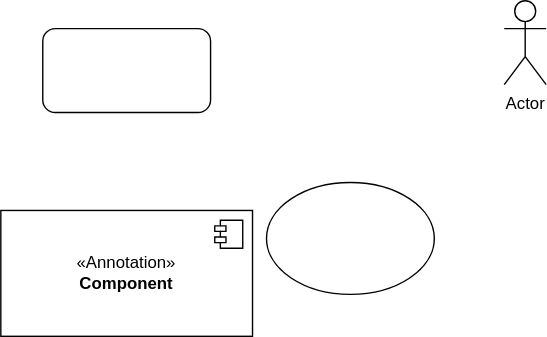
This is Test Diagram Github.drawio.svg from azharlihan/dummy, a draw.io export, as it was before one commit. Source tidied: cells renumbered, new cells last; positions are measured from the earlier drawing's top-left corner, leaving out a move shared by most shapes.
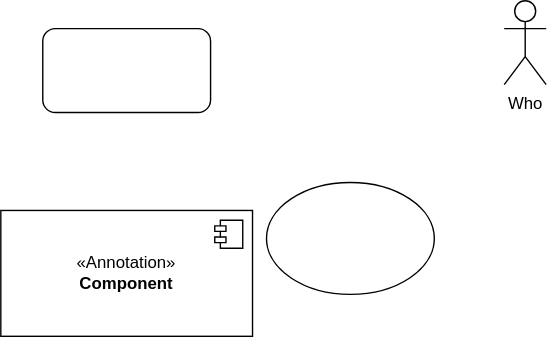
After the commit.

The edit, as a diff of the source:
```diff
@@ -8,7 +8,7 @@
     <mxCell id="3" style="ellipse;whiteSpace=wrap;html=1;" parent="1" vertex="1">
       <mxGeometry x="190" y="130" width="120" height="80" as="geometry" />
     </mxCell>
-    <mxCell id="4" value="Actor" style="shape=umlActor;verticalLabelPosition=bottom;verticalAlign=top;html=1;" parent="1" vertex="1">
+    <mxCell id="4" value="Who" style="shape=umlActor;verticalLabelPosition=bottom;verticalAlign=top;html=1;" parent="1" vertex="1">
       <mxGeometry x="360" width="30" height="60" as="geometry" />
     </mxCell>
     <mxCell id="5" value="&amp;laquo;Annotation&amp;raquo;&lt;br/&gt;&lt;b&gt;Component&lt;/b&gt;" style="html=1;whiteSpace=wrap;" parent="1" vertex="1">
```
